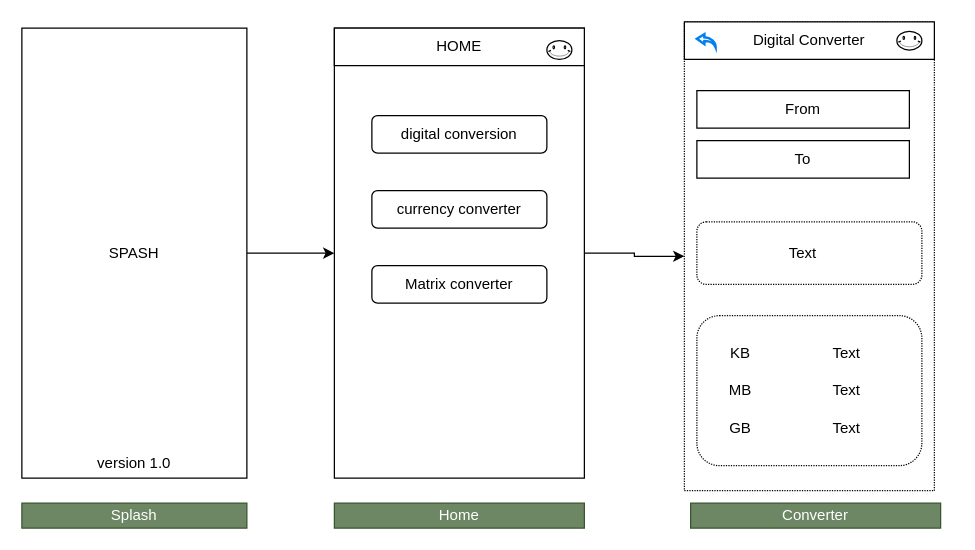
Before: Untitled Diagram.drawio in sachin-sivadasan/Inception, a draw.io diagram. Source tidied: cells renumbered, new cells numbered last; positions are measured from the earlier drawing's top-left corner, leaving out a move shared by most shapes. Both pictures are drawn from the tidied source at 125%, with x=0, y=0 at pixel (21, 21).
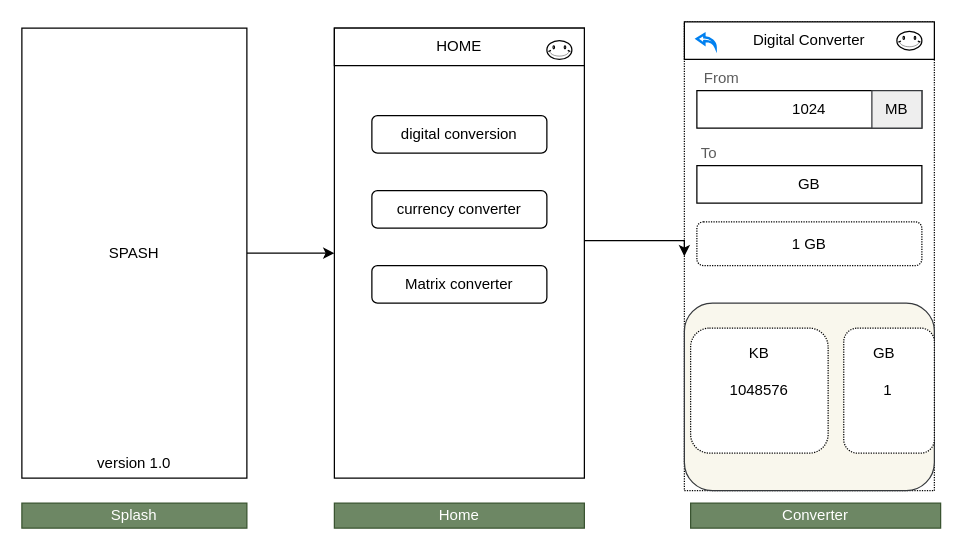
Above is the later version.

The change refers to these unchanged cells:
```xml
<mxCell id="6" style="rounded=0;whiteSpace=wrap;html=1;" parent="1" vertex="1">
  <mxGeometry x="250" y="5" width="200" height="360" as="geometry" />
</mxCell>
```

The edit, as a diff of the source:
```diff
@@
+    <mxCell id="14" style="rounded=0;whiteSpace=wrap;html=1;dashed=1;dashPattern=1 1;" parent="1" vertex="1">
+      <mxGeometry x="530" width="200" height="375" as="geometry" />
+    </mxCell>
+    <mxCell id="30" style="rounded=1;whiteSpace=wrap;html=1;sketch=0;strokeColor=#36393d;fillColor=#f9f7ed;" parent="1" vertex="1">
+      <mxGeometry x="530" y="225" width="200" height="150" as="geometry" />
+    </mxCell>
@@
     <mxCell id="5" style="edgeStyle=orthogonalEdgeStyle;rounded=0;jettySize=auto;html=1;entryX=0;entryY=0.5;entryDx=0;entryDy=0;" parent="1" edge="1" source="6" target="14">
-      <mxGeometry relative="1" as="geometry" />
+      <mxGeometry relative="1" as="geometry">
+        <Array as="points">
+          <mxPoint x="510" y="175" />
+          <mxPoint x="510" y="175" />
+        </Array>
+      </mxGeometry>
     </mxCell>
@@
-    <mxCell id="14" style="rounded=0;whiteSpace=wrap;html=1;dashed=1;dashPattern=1 1;" parent="1" vertex="1">
-      <mxGeometry x="530" width="200" height="375" as="geometry" />
-    </mxCell>
@@
-    <mxCell id="16" value="From" style="rounded=0;whiteSpace=wrap;html=1;" parent="1" vertex="1">
-      <mxGeometry x="540" y="55" width="170" height="30" as="geometry" />
+    <mxCell id="16" value="1024" style="rounded=0;whiteSpace=wrap;html=1;" parent="1" vertex="1">
+      <mxGeometry x="540" y="55" width="180" height="30" as="geometry" />
     </mxCell>
-    <mxCell id="17" value="To" style="rounded=0;whiteSpace=wrap;html=1;" parent="1" vertex="1">
-      <mxGeometry x="540" y="95" width="170" height="30" as="geometry" />
+    <mxCell id="17" value="GB" style="rounded=0;whiteSpace=wrap;html=1;" parent="1" vertex="1">
+      <mxGeometry x="540" y="115" width="180" height="30" as="geometry" />
     </mxCell>
-    <mxCell id="18" style="rounded=1;whiteSpace=wrap;html=1;dashed=1;dashPattern=1 1;" parent="1" vertex="1">
-      <mxGeometry x="540" y="235" width="180" height="120" as="geometry" />
-    </mxCell>
     <mxCell id="19" style="rounded=1;whiteSpace=wrap;html=1;dashed=1;dashPattern=1 1;" parent="1" vertex="1">
-      <mxGeometry x="540" y="160" width="180" height="50" as="geometry" />
+      <mxGeometry x="540" y="160" width="180" height="35" as="geometry" />
     </mxCell>
-    <mxCell id="20" value="KB" style="text;html=1;strokeColor=none;fillColor=none;align=center;verticalAlign=middle;whiteSpace=wrap;rounded=0;dashed=1;dashPattern=1 1;" parent="1" vertex="1">
-      <mxGeometry x="550" y="255" width="50" height="20" as="geometry" />
-    </mxCell>
-    <mxCell id="21" value="MB" style="text;html=1;strokeColor=none;fillColor=none;align=center;verticalAlign=middle;whiteSpace=wrap;rounded=0;dashed=1;dashPattern=1 1;" parent="1" vertex="1">
-      <mxGeometry x="550" y="285" width="50" height="20" as="geometry" />
-    </mxCell>
-    <mxCell id="22" value="GB" style="text;html=1;strokeColor=none;fillColor=none;align=center;verticalAlign=middle;whiteSpace=wrap;rounded=0;dashed=1;dashPattern=1 1;" parent="1" vertex="1">
-      <mxGeometry x="550" y="315" width="50" height="20" as="geometry" />
-    </mxCell>
-    <mxCell id="23" value="Text" style="text;html=1;strokeColor=none;fillColor=none;align=center;verticalAlign=middle;whiteSpace=wrap;rounded=0;dashed=1;dashPattern=1 1;" parent="1" vertex="1">
-      <mxGeometry x="560" y="175" width="130" height="20" as="geometry" />
+    <mxCell id="23" value="1 GB" style="text;html=1;strokeColor=none;fillColor=none;align=center;verticalAlign=middle;whiteSpace=wrap;rounded=0;dashed=1;dashPattern=1 1;" parent="1" vertex="1">
+      <mxGeometry x="565" y="167.5" width="130" height="20" as="geometry" />
     </mxCell>
@@
-    <mxCell id="25" value="Text" style="text;html=1;strokeColor=none;fillColor=none;align=center;verticalAlign=middle;whiteSpace=wrap;rounded=0;dashed=1;dashPattern=1 1;" parent="1" vertex="1">
-      <mxGeometry x="640" y="255" width="40" height="20" as="geometry" />
-    </mxCell>
-    <mxCell id="26" value="Text" style="text;html=1;strokeColor=none;fillColor=none;align=center;verticalAlign=middle;whiteSpace=wrap;rounded=0;dashed=1;dashPattern=1 1;" parent="1" vertex="1">
-      <mxGeometry x="640" y="285" width="40" height="20" as="geometry" />
-    </mxCell>
-    <mxCell id="27" value="Text" style="text;html=1;strokeColor=none;fillColor=none;align=center;verticalAlign=middle;whiteSpace=wrap;rounded=0;dashed=1;dashPattern=1 1;" parent="1" vertex="1">
-      <mxGeometry x="640" y="315" width="40" height="20" as="geometry" />
-    </mxCell>
@@
+    <mxCell id="31" style="rounded=1;whiteSpace=wrap;html=1;dashed=1;dashPattern=1 1;" parent="1" vertex="1">
+      <mxGeometry x="535" y="245" width="110" height="100" as="geometry" />
+    </mxCell>
+    <mxCell id="20" value="KB" style="text;html=1;align=center;verticalAlign=middle;whiteSpace=wrap;rounded=0;dashed=1;dashPattern=1 1;" parent="1" vertex="1">
+      <mxGeometry x="535" y="255" width="110" height="20" as="geometry" />
+    </mxCell>
+    <mxCell id="32" value="1048576" style="text;html=1;strokeColor=none;fillColor=none;align=center;verticalAlign=middle;whiteSpace=wrap;rounded=0;dashed=1;dashPattern=1 1;" parent="1" vertex="1">
+      <mxGeometry x="545" y="285" width="90" height="20" as="geometry" />
+    </mxCell>
+    <mxCell id="33" style="rounded=1;whiteSpace=wrap;html=1;dashed=1;dashPattern=1 1;" parent="1" vertex="1">
+      <mxGeometry x="657.5" y="245" width="72.5" height="100" as="geometry" />
+    </mxCell>
+    <mxCell id="22" value="GB" style="text;html=1;align=center;verticalAlign=middle;whiteSpace=wrap;rounded=0;dashed=1;dashPattern=1 1;" parent="1" vertex="1">
+      <mxGeometry x="635" y="255" width="110" height="20" as="geometry" />
+    </mxCell>
+    <mxCell id="34" value="1" style="text;html=1;strokeColor=none;fillColor=none;align=center;verticalAlign=middle;whiteSpace=wrap;rounded=0;dashed=1;dashPattern=1 1;" parent="1" vertex="1">
+      <mxGeometry x="647.5" y="285" width="90" height="20" as="geometry" />
+    </mxCell>
+    <mxCell id="21" value="MB" style="rounded=0;whiteSpace=wrap;html=1;sketch=0;strokeColor=#36393d;fillColor=#eeeeee;" parent="1" vertex="1">
+      <mxGeometry x="680" y="55" width="40" height="30" as="geometry" />
+    </mxCell>
+    <mxCell id="35" value="To" style="text;html=1;strokeColor=none;fillColor=none;align=center;verticalAlign=middle;whiteSpace=wrap;rounded=0;sketch=0;fontColor=#5C5C5C;" parent="1" vertex="1">
+      <mxGeometry x="530" y="95" width="40" height="20" as="geometry" />
+    </mxCell>
+    <mxCell id="36" value="From" style="text;html=1;strokeColor=none;fillColor=none;align=center;verticalAlign=middle;whiteSpace=wrap;rounded=0;sketch=0;fontColor=#5C5C5C;" parent="1" vertex="1">
+      <mxGeometry x="540" y="35" width="40" height="20" as="geometry" />
+    </mxCell>
```
